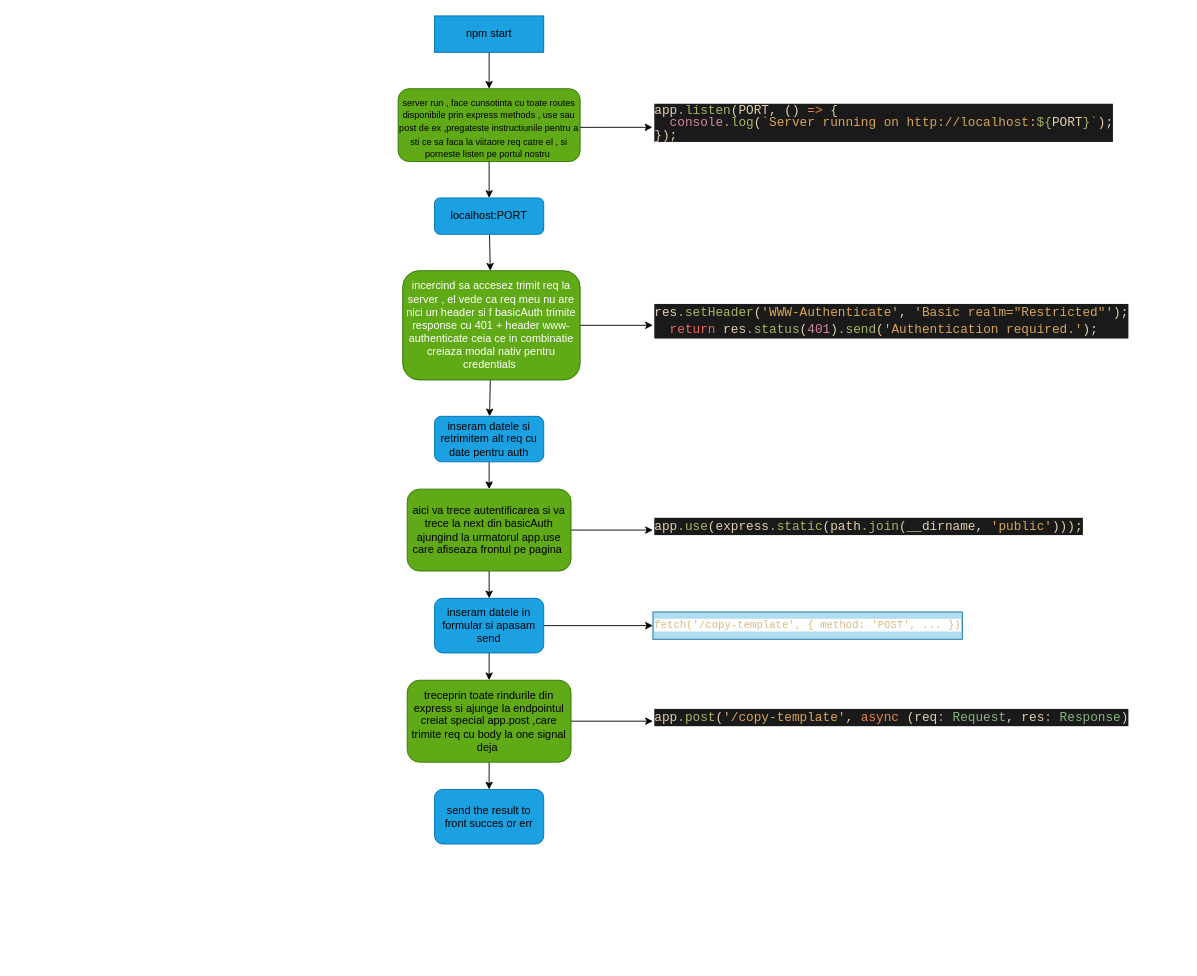
This is site_load_back+front.drawio from opetru9/frontend_theory, a draw.io file, before an edit. Source tidied: cells renumbered, new cells numbered last; positions are measured from the earlier drawing's top-left corner, leaving out a move shared by most shapes. Both pictures are drawn from the tidied source at 91%, with x=0, y=0 at pixel (398, 15).
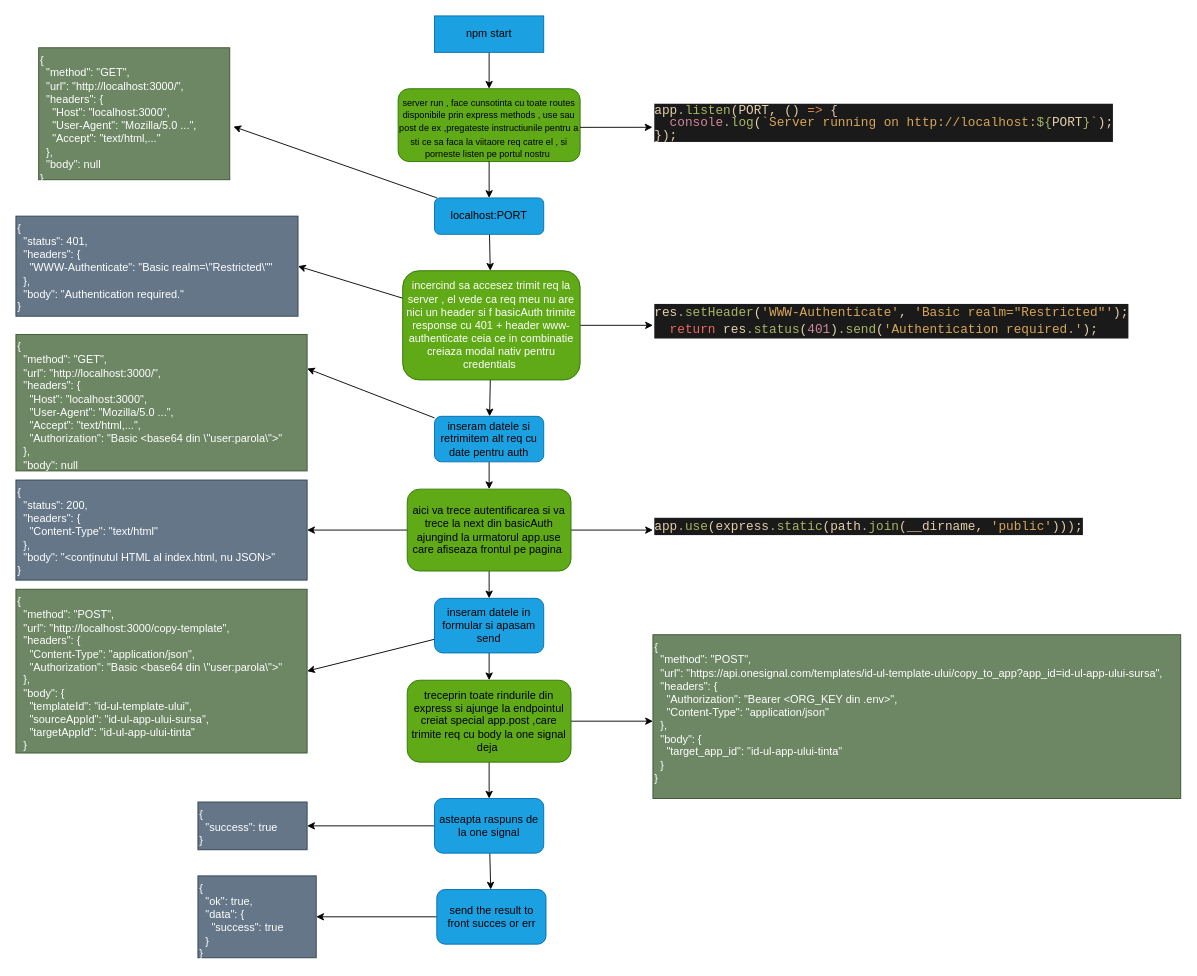
Above is the later version.

The change refers to these unchanged cells:
```xml
<mxCell id="10" value="&lt;font style=&quot;color: light-dark(rgb(0, 0, 0), rgb(255, 255, 255));&quot;&gt;localhost:PORT&lt;/font&gt;" style="rounded=1;whiteSpace=wrap;html=1;fillColor=#1ba1e2;fontColor=#ffffff;strokeColor=#006EAF;" parent="1" vertex="1">
  <mxGeometry x="40" y="200" width="120" height="40" as="geometry" />
</mxCell>
<mxCell id="14" value="&lt;font style=&quot;color: light-dark(rgb(255, 255, 255), rgb(255, 255, 255));&quot;&gt;incercind sa accesez trimit req la server , el vede ca req meu nu are nici un header si f basicAuth trimite response cu 401 + header www-authenticate ceia ce in combinatie creiaza modal nativ pentru credentials&amp;nbsp;&lt;/font&gt;" style="whiteSpace=wrap;html=1;fillColor=light-dark(#60A917,#336600);strokeColor=#2D7600;fontColor=#ffffff;rounded=1;" parent="1" vertex="1">
  <mxGeometry x="5" y="280" width="195" height="120" as="geometry" />
</mxCell>
<mxCell id="16" value="&lt;font style=&quot;color: rgb(0, 0, 0);&quot;&gt;inseram datele si retrimitem alt req cu date pentru auth&lt;/font&gt;" style="rounded=1;whiteSpace=wrap;html=1;fillColor=#1ba1e2;strokeColor=#006EAF;fontColor=#ffffff;" parent="1" vertex="1">
  <mxGeometry x="40" y="440" width="120" height="50" as="geometry" />
</mxCell>
<mxCell id="19" value="&lt;font style=&quot;color: light-dark(rgb(0, 0, 0), rgb(255, 255, 255));&quot;&gt;aici va trece autentificarea si va trece la next din basicAuth ajungind la urmatorul app.use care afiseaza frontul pe pagina&amp;nbsp;&lt;/font&gt;" style="whiteSpace=wrap;html=1;fillColor=light-dark(#60A917,#336600);strokeColor=#2D7600;fontColor=#ffffff;rounded=1;" parent="1" vertex="1">
  <mxGeometry x="10" y="520" width="180" height="90" as="geometry" />
</mxCell>
<mxCell id="24" value="&lt;font style=&quot;color: light-dark(rgb(0, 0, 0), rgb(255, 255, 255));&quot;&gt;inseram datele in formular si apasam send&lt;/font&gt;" style="whiteSpace=wrap;html=1;fillColor=#1ba1e2;strokeColor=#006EAF;fontColor=#ffffff;rounded=1;" parent="1" vertex="1">
  <mxGeometry x="40" y="640" width="120" height="60" as="geometry" />
</mxCell>
<mxCell id="27" value="&lt;font style=&quot;color: light-dark(rgb(0, 0, 0), rgb(255, 255, 255));&quot;&gt;treceprin toate rindurile din express si ajunge la endpointul creiat special app.post ,care trimite req cu body la one signal deja&amp;nbsp;&lt;/font&gt;" style="whiteSpace=wrap;html=1;fillColor=#60a917;strokeColor=#2D7600;fontColor=#ffffff;rounded=1;align=center;" parent="1" vertex="1">
  <mxGeometry x="10" y="730" width="180" height="90" as="geometry" />
</mxCell>
```

Diff of the diagram source:
```diff
@@
+    <mxCell id="32" style="edgeStyle=none;html=1;entryX=1;entryY=0.5;entryDx=0;entryDy=0;" parent="1" edge="1" source="14" target="38">
+      <mxGeometry relative="1" as="geometry" />
+    </mxCell>
@@
+    <mxCell id="33" style="edgeStyle=none;html=1;entryX=1;entryY=0.25;entryDx=0;entryDy=0;" parent="1" edge="1" source="16" target="39">
+      <mxGeometry relative="1" as="geometry" />
+    </mxCell>
@@
+    <mxCell id="34" style="edgeStyle=none;html=1;entryX=1;entryY=0.5;entryDx=0;entryDy=0;" parent="1" edge="1" source="19" target="41">
+      <mxGeometry relative="1" as="geometry" />
+    </mxCell>
@@
-    <mxCell id="23" style="edgeStyle=none;html=1;entryX=0;entryY=0.5;entryDx=0;entryDy=0;" parent="1" edge="1" source="24" target="28">
+    <mxCell id="23" style="edgeStyle=none;html=1;entryX=1;entryY=0.5;entryDx=0;entryDy=0;" parent="1" edge="1" source="24" target="42">
       <mxGeometry relative="1" as="geometry" />
     </mxCell>
@@
-    <mxCell id="25" style="edgeStyle=none;html=1;entryX=0;entryY=0.5;entryDx=0;entryDy=0;" parent="1" edge="1" source="27" target="30">
-      <mxGeometry relative="1" as="geometry" />
+    <mxCell id="25" style="edgeStyle=none;html=1;entryX=0;entryY=0.5;entryDx=0;entryDy=0;" parent="1" edge="1" source="27">
+      <mxGeometry relative="1" as="geometry">
+        <mxPoint x="280" y="775" as="targetPoint" />
+      </mxGeometry>
     </mxCell>
-    <mxCell id="26" style="edgeStyle=none;html=1;" parent="1" edge="1" source="27" target="31">
-      <mxGeometry relative="1" as="geometry" />
-    </mxCell>
+    <mxCell id="35" style="edgeStyle=none;html=1;" parent="1" edge="1" source="27" target="46">
+      <mxGeometry relative="1" as="geometry" />
+    </mxCell>
@@
-    <mxCell id="28" value="&lt;span style=&quot;font-family: monospace; font-size: 11.7px; font-style: normal; font-variant-ligatures: normal; font-variant-caps: normal; font-weight: 400; letter-spacing: normal; orphans: 2; text-align: start; text-indent: 0px; text-transform: none; widows: 2; word-spacing: 0px; -webkit-text-stroke-width: 0px; white-space: pre-wrap; text-decoration-thickness: initial; text-decoration-style: initial; text-decoration-color: initial; float: none; background-color: light-dark(rgb(255, 255, 255), rgb(255, 255, 255)); display: inline !important;&quot;&gt;&lt;font style=&quot;color: light-dark(rgb(215, 186, 125), rgb(0, 0, 0));&quot;&gt;fetch('/copy-template', { method: 'POST', ... })&lt;/font&gt;&lt;/span&gt;" style="text;whiteSpace=wrap;html=1;fillColor=#b1ddf0;strokeColor=#10739e;" parent="1" vertex="1">
-      <mxGeometry x="280" y="655" width="340" height="30" as="geometry" />
-    </mxCell>
@@
-    <mxCell id="30" value="&lt;div style=&quot;color: #e6d0ac;background-color: #1a1a1a;font-family: Consolas, 'Courier New', monospace;font-weight: normal;font-size: 14px;line-height: 19px;white-space: pre;&quot;&gt;&lt;div&gt;&lt;span style=&quot;color: #e6d0ac;&quot;&gt;app&lt;/span&gt;&lt;span style=&quot;color: #b6a390;&quot;&gt;.&lt;/span&gt;&lt;span style=&quot;color: #a9b665;&quot;&gt;post&lt;/span&gt;&lt;span style=&quot;color: #e6d0ac;&quot;&gt;(&lt;/span&gt;&lt;span style=&quot;color: #d8a657;&quot;&gt;'/copy-template'&lt;/span&gt;&lt;span style=&quot;color: #e6d0ac;&quot;&gt;, &lt;/span&gt;&lt;span style=&quot;color: #e78a4e;&quot;&gt;async&lt;/span&gt;&lt;span style=&quot;color: #e6d0ac;&quot;&gt; (&lt;/span&gt;&lt;span style=&quot;color: #e6d0ac;&quot;&gt;req&lt;/span&gt;&lt;span style=&quot;color: #b6a390;&quot;&gt;:&lt;/span&gt;&lt;span style=&quot;color: #e6d0ac;&quot;&gt; &lt;/span&gt;&lt;span style=&quot;color: #89b482;&quot;&gt;Request&lt;/span&gt;&lt;span style=&quot;color: #e6d0ac;&quot;&gt;, &lt;/span&gt;&lt;span style=&quot;color: #e6d0ac;&quot;&gt;res&lt;/span&gt;&lt;span style=&quot;color: #b6a390;&quot;&gt;:&lt;/span&gt;&lt;span style=&quot;color: #e6d0ac;&quot;&gt; &lt;/span&gt;&lt;span style=&quot;color: #89b482;&quot;&gt;Response&lt;/span&gt;&lt;span style=&quot;color: #e6d0ac;&quot;&gt;)&lt;/span&gt;&lt;/div&gt;&lt;/div&gt;" style="text;whiteSpace=wrap;html=1;" parent="1" vertex="1">
-      <mxGeometry x="280" y="755" width="510" height="40" as="geometry" />
-    </mxCell>
+    <mxCell id="36" style="edgeStyle=none;html=1;entryX=1;entryY=0.5;entryDx=0;entryDy=0;" parent="1" edge="1" source="31" target="48">
+      <mxGeometry relative="1" as="geometry" />
+    </mxCell>
     <mxCell id="31" value="&lt;font style=&quot;color: light-dark(rgb(0, 0, 0), rgb(255, 255, 255));&quot;&gt;send the result to front succes or err&lt;/font&gt;" style="whiteSpace=wrap;html=1;fillColor=#1ba1e2;strokeColor=#006EAF;fontColor=#ffffff;rounded=1;" parent="1" vertex="1">
-      <mxGeometry x="40" y="850" width="120" height="60" as="geometry" />
+      <mxGeometry x="42.5" y="960" width="120" height="60" as="geometry" />
     </mxCell>
+    <mxCell id="37" value="{&#10;  &quot;method&quot;: &quot;GET&quot;,&#10;  &quot;url&quot;: &quot;http://localhost:3000/&quot;,&#10;  &quot;headers&quot;: {&#10;    &quot;Host&quot;: &quot;localhost:3000&quot;,&#10;    &quot;User-Agent&quot;: &quot;Mozilla/5.0 ...&quot;,&#10;    &quot;Accept&quot;: &quot;text/html,...&quot;&#10;  },&#10;  &quot;body&quot;: null&#10;}" style="text;whiteSpace=wrap;fillColor=#6d8764;fontColor=#ffffff;strokeColor=#3A5431;" parent="1" vertex="1">
+      <mxGeometry x="-395" y="35" width="210" height="145" as="geometry" />
+    </mxCell>
+    <mxCell id="38" value="{&#10;  &quot;status&quot;: 401,&#10;  &quot;headers&quot;: {&#10;    &quot;WWW-Authenticate&quot;: &quot;Basic realm=\&quot;Restricted\&quot;&quot;&#10;  },&#10;  &quot;body&quot;: &quot;Authentication required.&quot;&#10;}" style="text;whiteSpace=wrap;fillColor=#647687;fontColor=#ffffff;strokeColor=#314354;" parent="1" vertex="1">
+      <mxGeometry x="-420" y="220" width="310" height="110" as="geometry" />
+    </mxCell>
+    <mxCell id="39" value="{&#10;  &quot;method&quot;: &quot;GET&quot;,&#10;  &quot;url&quot;: &quot;http://localhost:3000/&quot;,&#10;  &quot;headers&quot;: {&#10;    &quot;Host&quot;: &quot;localhost:3000&quot;,&#10;    &quot;User-Agent&quot;: &quot;Mozilla/5.0 ...&quot;,&#10;    &quot;Accept&quot;: &quot;text/html,...&quot;,&#10;    &quot;Authorization&quot;: &quot;Basic &lt;base64 din \&quot;user:parola\&quot;&gt;&quot;&#10;  },&#10;  &quot;body&quot;: null&#10;}" style="text;whiteSpace=wrap;fillColor=#6d8764;fontColor=#ffffff;strokeColor=#3A5431;" parent="1" vertex="1">
+      <mxGeometry x="-420" y="350" width="320" height="150" as="geometry" />
+    </mxCell>
+    <mxCell id="40" style="edgeStyle=none;html=1;entryX=1.019;entryY=0.597;entryDx=0;entryDy=0;entryPerimeter=0;" parent="1" edge="1" source="10" target="37">
+      <mxGeometry relative="1" as="geometry" />
+    </mxCell>
+    <mxCell id="41" value="{&#10;  &quot;status&quot;: 200,&#10;  &quot;headers&quot;: {&#10;    &quot;Content-Type&quot;: &quot;text/html&quot;&#10;  },&#10;  &quot;body&quot;: &quot;&lt;conținutul HTML al index.html, nu JSON&gt;&quot;&#10;}" style="text;whiteSpace=wrap;fillColor=#647687;fontColor=#ffffff;strokeColor=#314354;" parent="1" vertex="1">
+      <mxGeometry x="-420" y="510" width="320" height="110" as="geometry" />
+    </mxCell>
+    <mxCell id="42" value="{&#10;  &quot;method&quot;: &quot;POST&quot;,&#10;  &quot;url&quot;: &quot;http://localhost:3000/copy-template&quot;,&#10;  &quot;headers&quot;: {&#10;    &quot;Content-Type&quot;: &quot;application/json&quot;,&#10;    &quot;Authorization&quot;: &quot;Basic &lt;base64 din \&quot;user:parola\&quot;&gt;&quot;&#10;  },&#10;  &quot;body&quot;: {&#10;    &quot;templateId&quot;: &quot;id-ul-template-ului&quot;,&#10;    &quot;sourceAppId&quot;: &quot;id-ul-app-ului-sursa&quot;,&#10;    &quot;targetAppId&quot;: &quot;id-ul-app-ului-tinta&quot;&#10;  }&#10;}" style="text;whiteSpace=wrap;fillColor=#6d8764;fontColor=#ffffff;strokeColor=#3A5431;" parent="1" vertex="1">
+      <mxGeometry x="-420" y="630" width="320" height="180" as="geometry" />
+    </mxCell>
+    <mxCell id="43" value="{&#10;  &quot;method&quot;: &quot;POST&quot;,&#10;  &quot;url&quot;: &quot;https://api.onesignal.com/templates/id-ul-template-ului/copy_to_app?app_id=id-ul-app-ului-sursa&quot;,&#10;  &quot;headers&quot;: {&#10;    &quot;Authorization&quot;: &quot;Bearer &lt;ORG_KEY din .env&gt;&quot;,&#10;    &quot;Content-Type&quot;: &quot;application/json&quot;&#10;  },&#10;  &quot;body&quot;: {&#10;    &quot;target_app_id&quot;: &quot;id-ul-app-ului-tinta&quot;&#10;  }&#10;}" style="text;whiteSpace=wrap;fillColor=#6d8764;fontColor=#ffffff;strokeColor=#3A5431;" parent="1" vertex="1">
+      <mxGeometry x="280" y="680" width="580" height="180" as="geometry" />
+    </mxCell>
+    <mxCell id="44" style="edgeStyle=none;html=1;" parent="1" edge="1" source="46" target="31">
+      <mxGeometry relative="1" as="geometry" />
+    </mxCell>
+    <mxCell id="45" style="edgeStyle=none;html=1;entryX=1;entryY=0.5;entryDx=0;entryDy=0;" parent="1" edge="1" source="46" target="47">
+      <mxGeometry relative="1" as="geometry" />
+    </mxCell>
+    <mxCell id="46" value="&lt;font style=&quot;color: light-dark(rgb(0, 0, 0), rgb(255, 255, 255));&quot;&gt;asteapta raspuns de la one signal&lt;/font&gt;" style="whiteSpace=wrap;html=1;fillColor=#1ba1e2;strokeColor=#006EAF;fontColor=#ffffff;rounded=1;" parent="1" vertex="1">
+      <mxGeometry x="40" y="860" width="120" height="60" as="geometry" />
+    </mxCell>
+    <mxCell id="47" value="{&#10;  &quot;success&quot;: true&#10;}" style="text;whiteSpace=wrap;fillColor=#647687;fontColor=#ffffff;strokeColor=#314354;" parent="1" vertex="1">
+      <mxGeometry x="-220" y="863.8" width="120" height="52.5" as="geometry" />
+    </mxCell>
+    <mxCell id="48" value="{&#10;  &quot;ok&quot;: true,&#10;  &quot;data&quot;: {&#10;    &quot;success&quot;: true&#10;  }&#10;}" style="text;whiteSpace=wrap;fillColor=#647687;fontColor=#ffffff;strokeColor=#314354;" parent="1" vertex="1">
+      <mxGeometry x="-220" y="945" width="130" height="90" as="geometry" />
+    </mxCell>
```
